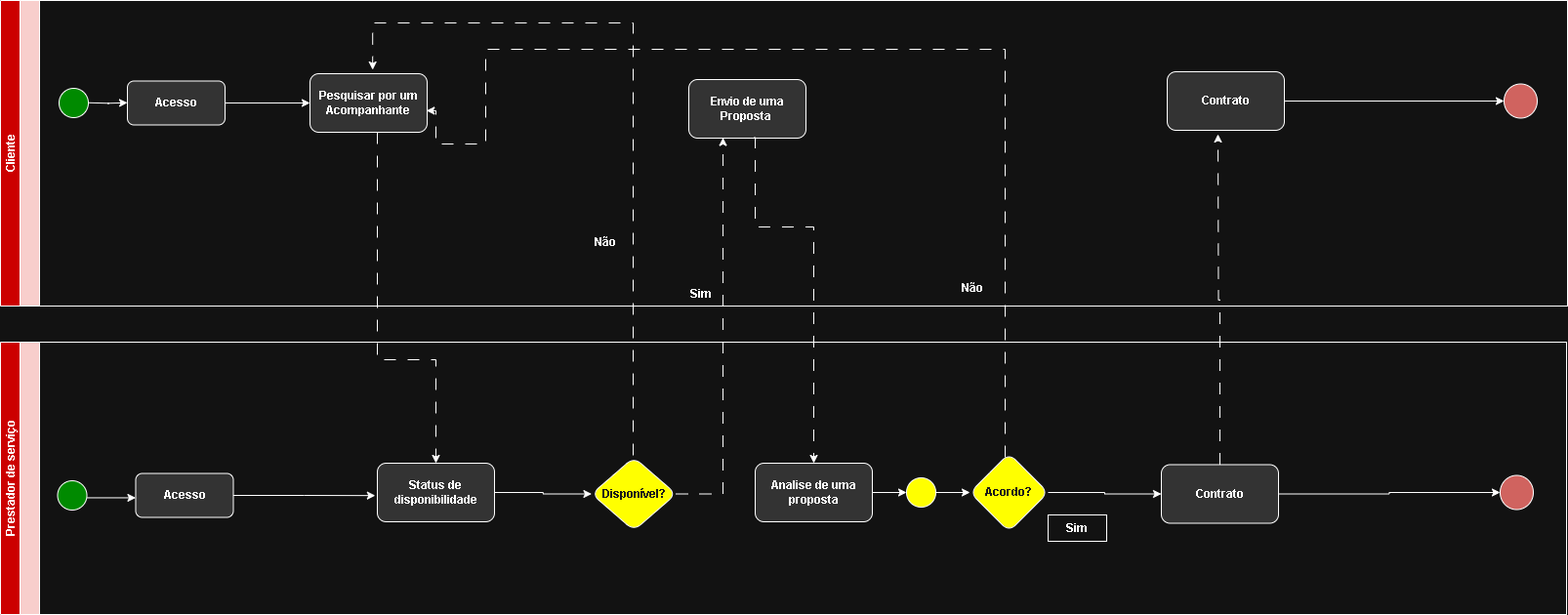
Earlier version of the draw.io export geral.png (ThePlano/Projeto-CC5511---ENGENHARIA-DE-SOFTWARE). Source tidied: cells renumbered, new cells last; positions are measured from the earlier drawing's top-left corner, leaving out a move shared by most shapes.
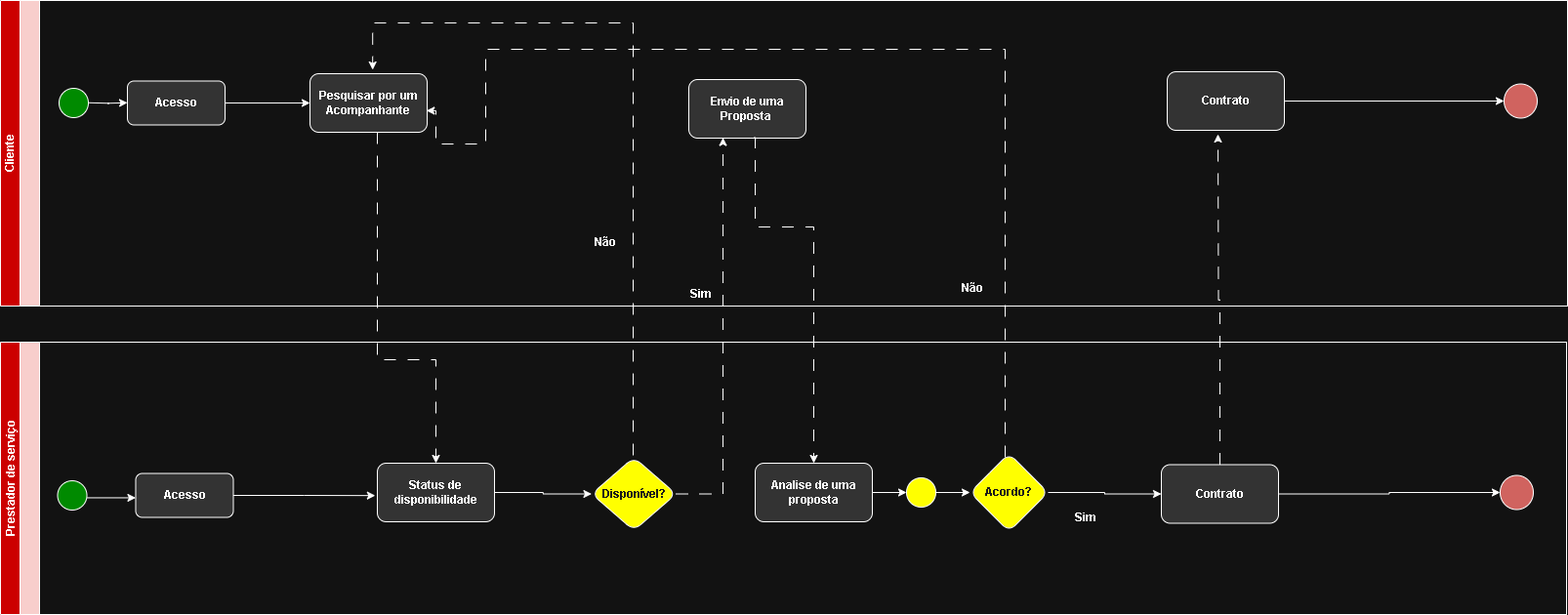
The same file after the commit.

The edit, as a diff of the source:
```diff
@@ -57,8 +57,8 @@
     <mxCell id="17" value="Contrato" style="whiteSpace=wrap;html=1;fillColor=#333333;strokeColor=#FFFFFF;fontColor=#FFFFFF;rounded=1;labelBackgroundColor=none;fontStyle=1;" parent="3" vertex="1">
       <mxGeometry x="1169" y="125.5" width="120" height="60" as="geometry" />
     </mxCell>
-    <mxCell id="18" value="Sim" style="text;html=1;align=center;verticalAlign=middle;whiteSpace=wrap;rounded=0;fontStyle=1;strokeColor=#FFFFFF;fontColor=#FFFFFF;" parent="3" vertex="1">
-      <mxGeometry x="1053" y="177" width="60" height="27" as="geometry" />
+    <mxCell id="18" value="Sim" style="text;html=1;align=center;verticalAlign=middle;whiteSpace=wrap;rounded=0;fontStyle=1;strokeColor=none;fontColor=#FFFFFF;" parent="3" vertex="1">
+      <mxGeometry x="1062" y="166" width="60" height="27" as="geometry" />
     </mxCell>
     <mxCell id="19" style="verticalLabelPosition=bottom;verticalAlign=top;html=1;shape=mxgraph.flowchart.on-page_reference;fillColor=#FFFF00;strokeColor=#FFFFFF;labelBackgroundColor=none;fontColor=#ffffff;" parent="3" vertex="1">
       <mxGeometry x="908" y="139" width="30" height="30" as="geometry" />
```
